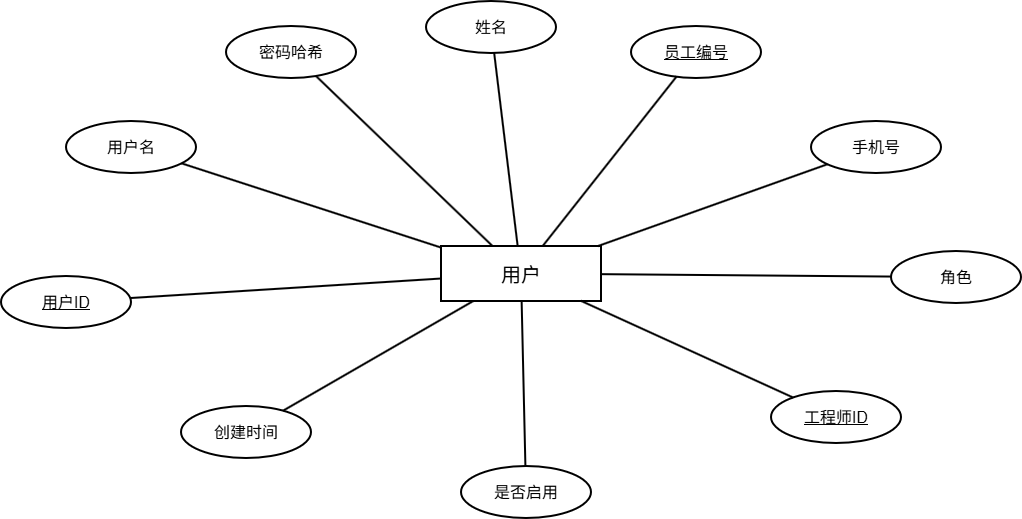
The draw.io diagram pictures_drawio/用户E-R图.drawio.png in solisW/my_thesis_system, before a commit. Source tidied: cells renumbered, new cells last; positions are measured from the earlier drawing's top-left corner, leaving out a move shared by most shapes.
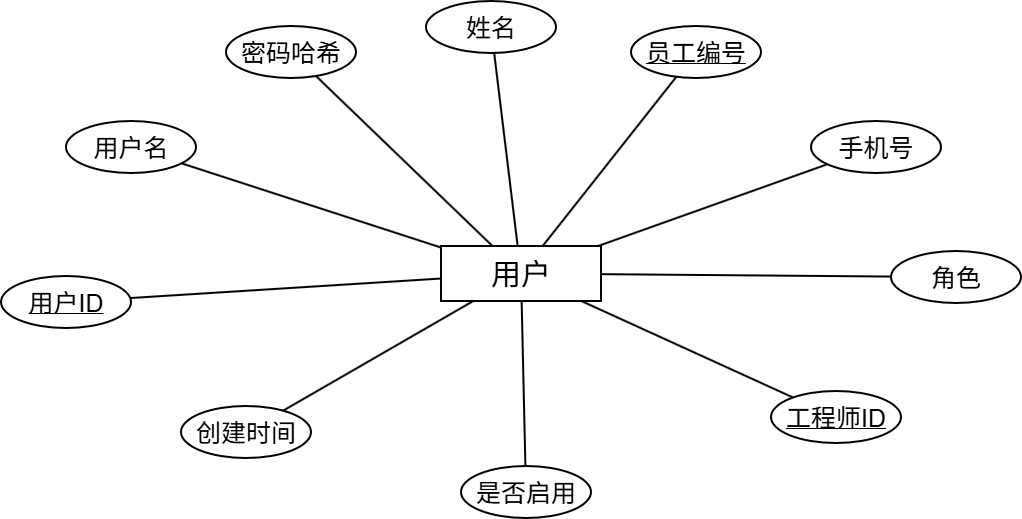
The same file after the commit.

What changed in the source:
```diff
@@ -2,64 +2,64 @@
   <root>
     <mxCell id="0" />
     <mxCell id="1" parent="0" />
-    <mxCell id="2" value="用户" style="rounded=0;whiteSpace=wrap;html=1;fillColor=#ffffff;strokeColor=#000000;strokeWidth=2;fontSize=20;" parent="1" vertex="1">
+    <mxCell id="2" value="&lt;font style=&quot;font-size: 30px;&quot;&gt;用户&lt;/font&gt;" style="rounded=0;whiteSpace=wrap;html=1;fillColor=#ffffff;strokeColor=#000000;strokeWidth=2;fontSize=20;" parent="1" vertex="1">
       <mxGeometry x="440" y="245" width="160" height="55" as="geometry" />
     </mxCell>
-    <mxCell id="3" value="&lt;u&gt;用户ID&lt;/u&gt;" style="ellipse;whiteSpace=wrap;html=1;fillColor=#ffffff;strokeColor=#000000;strokeWidth=2;fontSize=16;" parent="1" vertex="1">
+    <mxCell id="3" value="&lt;u&gt;&lt;font style=&quot;font-size: 25px;&quot;&gt;用户ID&lt;/font&gt;&lt;/u&gt;" style="ellipse;whiteSpace=wrap;html=1;fillColor=#ffffff;strokeColor=#000000;strokeWidth=2;fontSize=16;" parent="1" vertex="1">
       <mxGeometry y="275" width="130" height="52" as="geometry" />
     </mxCell>
     <mxCell id="4" style="endArrow=none;html=1;rounded=0;strokeWidth=2;fontSize=14;" parent="1" edge="1" source="2" target="3">
       <mxGeometry relative="1" as="geometry" />
     </mxCell>
-    <mxCell id="5" value="用户名" style="ellipse;whiteSpace=wrap;html=1;fillColor=#ffffff;strokeColor=#000000;strokeWidth=2;fontSize=16;" parent="1" vertex="1">
+    <mxCell id="5" value="&lt;font style=&quot;font-size: 25px;&quot;&gt;用户名&lt;/font&gt;" style="ellipse;whiteSpace=wrap;html=1;fillColor=#ffffff;strokeColor=#000000;strokeWidth=2;fontSize=16;" parent="1" vertex="1">
       <mxGeometry x="65" y="120" width="130" height="52" as="geometry" />
     </mxCell>
     <mxCell id="6" style="endArrow=none;html=1;rounded=0;strokeWidth=2;fontSize=14;" parent="1" edge="1" source="2" target="5">
       <mxGeometry relative="1" as="geometry" />
     </mxCell>
-    <mxCell id="7" value="密码哈希" style="ellipse;whiteSpace=wrap;html=1;fillColor=#ffffff;strokeColor=#000000;strokeWidth=2;fontSize=16;" parent="1" vertex="1">
+    <mxCell id="7" value="&lt;font style=&quot;font-size: 25px;&quot;&gt;密码哈希&lt;/font&gt;" style="ellipse;whiteSpace=wrap;html=1;fillColor=#ffffff;strokeColor=#000000;strokeWidth=2;fontSize=16;" parent="1" vertex="1">
       <mxGeometry x="225" y="25" width="130" height="52" as="geometry" />
     </mxCell>
     <mxCell id="8" style="endArrow=none;html=1;rounded=0;strokeWidth=2;fontSize=14;" parent="1" edge="1" source="2" target="7">
       <mxGeometry relative="1" as="geometry" />
     </mxCell>
-    <mxCell id="9" value="姓名" style="ellipse;whiteSpace=wrap;html=1;fillColor=#ffffff;strokeColor=#000000;strokeWidth=2;fontSize=16;" parent="1" vertex="1">
+    <mxCell id="9" value="&lt;font style=&quot;font-size: 25px;&quot;&gt;姓名&lt;/font&gt;" style="ellipse;whiteSpace=wrap;html=1;fillColor=#ffffff;strokeColor=#000000;strokeWidth=2;fontSize=16;" parent="1" vertex="1">
       <mxGeometry x="425" width="130" height="52" as="geometry" />
     </mxCell>
     <mxCell id="10" style="endArrow=none;html=1;rounded=0;strokeWidth=2;fontSize=14;" parent="1" edge="1" source="2" target="9">
       <mxGeometry relative="1" as="geometry" />
     </mxCell>
-    <mxCell id="11" value="&lt;u&gt;员工编号&lt;/u&gt;" style="ellipse;whiteSpace=wrap;html=1;fillColor=#ffffff;strokeColor=#000000;strokeWidth=2;fontSize=16;" parent="1" vertex="1">
+    <mxCell id="11" value="&lt;u&gt;&lt;font style=&quot;font-size: 25px;&quot;&gt;员工编号&lt;/font&gt;&lt;/u&gt;" style="ellipse;whiteSpace=wrap;html=1;fillColor=#ffffff;strokeColor=#000000;strokeWidth=2;fontSize=16;" parent="1" vertex="1">
       <mxGeometry x="630" y="25" width="130" height="52" as="geometry" />
     </mxCell>
     <mxCell id="12" style="endArrow=none;html=1;rounded=0;strokeWidth=2;fontSize=14;" parent="1" edge="1" source="2" target="11">
       <mxGeometry relative="1" as="geometry" />
     </mxCell>
-    <mxCell id="13" value="手机号" style="ellipse;whiteSpace=wrap;html=1;fillColor=#ffffff;strokeColor=#000000;strokeWidth=2;fontSize=16;" parent="1" vertex="1">
+    <mxCell id="13" value="&lt;font style=&quot;font-size: 25px;&quot;&gt;手机号&lt;/font&gt;" style="ellipse;whiteSpace=wrap;html=1;fillColor=#ffffff;strokeColor=#000000;strokeWidth=2;fontSize=16;" parent="1" vertex="1">
       <mxGeometry x="810" y="120" width="130" height="52" as="geometry" />
     </mxCell>
     <mxCell id="14" style="endArrow=none;html=1;rounded=0;strokeWidth=2;fontSize=14;" parent="1" edge="1" source="2" target="13">
       <mxGeometry relative="1" as="geometry" />
     </mxCell>
-    <mxCell id="15" value="角色" style="ellipse;whiteSpace=wrap;html=1;fillColor=#ffffff;strokeColor=#000000;strokeWidth=2;fontSize=16;" parent="1" vertex="1">
+    <mxCell id="15" value="&lt;font style=&quot;font-size: 25px;&quot;&gt;角色&lt;/font&gt;" style="ellipse;whiteSpace=wrap;html=1;fillColor=#ffffff;strokeColor=#000000;strokeWidth=2;fontSize=16;" parent="1" vertex="1">
       <mxGeometry x="890" y="250" width="130" height="52" as="geometry" />
     </mxCell>
     <mxCell id="16" style="endArrow=none;html=1;rounded=0;strokeWidth=2;fontSize=14;" parent="1" edge="1" source="2" target="15">
       <mxGeometry relative="1" as="geometry" />
     </mxCell>
-    <mxCell id="17" value="&lt;u&gt;工程师ID&lt;/u&gt;" style="ellipse;whiteSpace=wrap;html=1;fillColor=#ffffff;strokeColor=#000000;strokeWidth=2;fontSize=16;" parent="1" vertex="1">
+    <mxCell id="17" value="&lt;u&gt;&lt;font style=&quot;font-size: 25px;&quot;&gt;工程师ID&lt;/font&gt;&lt;/u&gt;" style="ellipse;whiteSpace=wrap;html=1;fillColor=#ffffff;strokeColor=#000000;strokeWidth=2;fontSize=16;" parent="1" vertex="1">
       <mxGeometry x="770" y="390" width="130" height="52" as="geometry" />
     </mxCell>
     <mxCell id="18" style="endArrow=none;html=1;rounded=0;strokeWidth=2;fontSize=14;" parent="1" edge="1" source="2" target="17">
       <mxGeometry relative="1" as="geometry" />
     </mxCell>
-    <mxCell id="19" value="是否启用" style="ellipse;whiteSpace=wrap;html=1;fillColor=#ffffff;strokeColor=#000000;strokeWidth=2;fontSize=16;" parent="1" vertex="1">
+    <mxCell id="19" value="&lt;font style=&quot;font-size: 25px;&quot;&gt;是否启用&lt;/font&gt;" style="ellipse;whiteSpace=wrap;html=1;fillColor=#ffffff;strokeColor=#000000;strokeWidth=2;fontSize=16;" parent="1" vertex="1">
       <mxGeometry x="460" y="465" width="130" height="52" as="geometry" />
     </mxCell>
     <mxCell id="20" style="endArrow=none;html=1;rounded=0;strokeWidth=2;fontSize=14;" parent="1" edge="1" source="2" target="19">
       <mxGeometry relative="1" as="geometry" />
     </mxCell>
-    <mxCell id="21" value="创建时间" style="ellipse;whiteSpace=wrap;html=1;fillColor=#ffffff;strokeColor=#000000;strokeWidth=2;fontSize=16;" parent="1" vertex="1">
+    <mxCell id="21" value="&lt;font style=&quot;font-size: 25px;&quot;&gt;创建时间&lt;/font&gt;" style="ellipse;whiteSpace=wrap;html=1;fillColor=#ffffff;strokeColor=#000000;strokeWidth=2;fontSize=16;" parent="1" vertex="1">
       <mxGeometry x="180" y="405" width="130" height="52" as="geometry" />
     </mxCell>
     <mxCell id="22" style="endArrow=none;html=1;rounded=0;strokeWidth=2;fontSize=14;" parent="1" edge="1" source="2" target="21">
```
